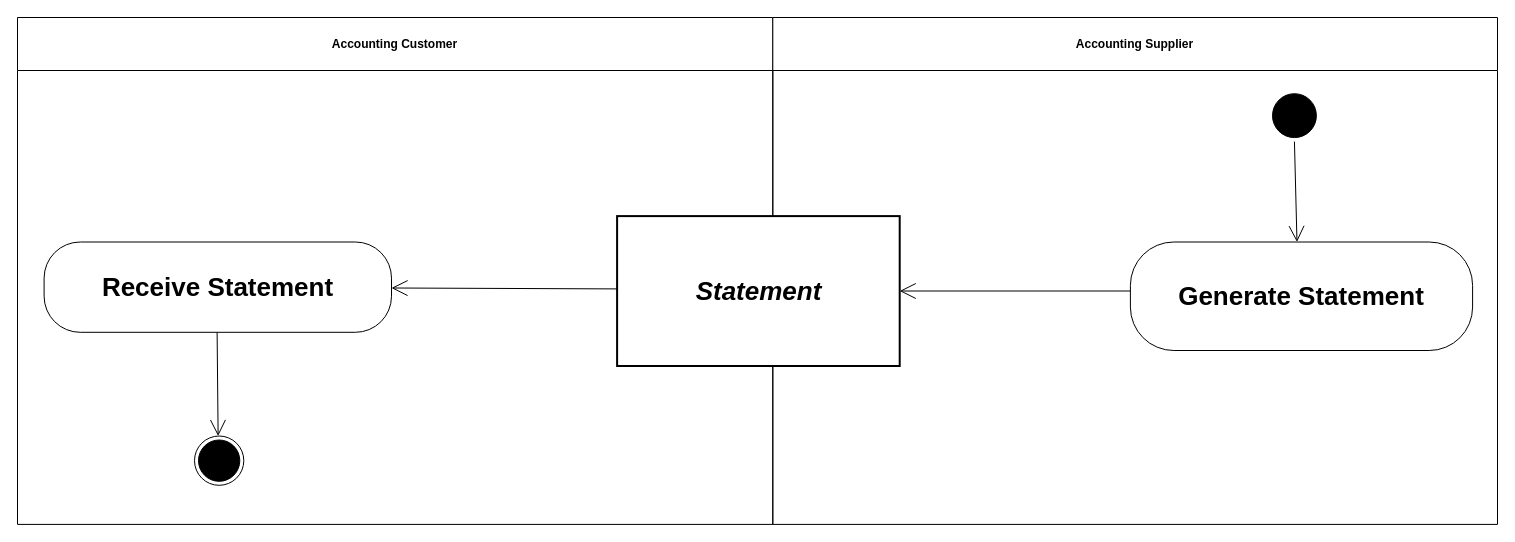
Before: diagrams/UBL-2.0-ReportStateofAccountsProcess/UBL-2.0-ReportStateofAccountsProcess.drawio in kduvekot/ubl-work-on-svg-images, a draw.io diagram. Source tidied: cells renumbered, new cells numbered last; positions are measured from the earlier drawing's top-left corner, leaving out a move shared by most shapes. Both pictures are drawn from the tidied source at 100%, with x=0, y=0 at pixel (17, 17).
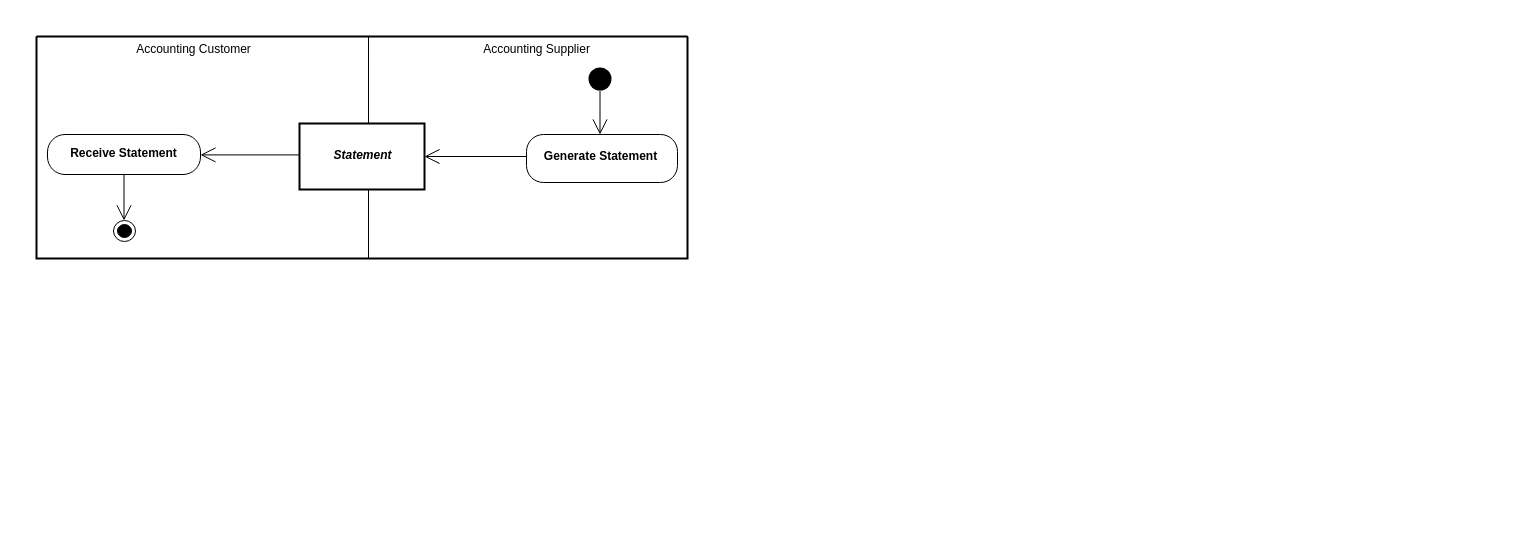
After the change.

Change to the diagram source:
```diff
@@
 <mxGraphModel>
   <root>
     <mxCell id="0" />
     <mxCell id="1" parent="0" />
+    <mxCell id="13" style="swimlane;html=1;startSize=0;whiteSpace=wrap;fillColor=none;strokeWidth=2;" parent="1" vertex="1">
+      <mxGeometry x="19" y="19" width="651" height="222" as="geometry" />
+    </mxCell>
-    <mxCell id="2" value="Accounting Customer" style="swimlane;whiteSpace=wrap;html=1;startSize=53;" parent="1" vertex="1">
-      <mxGeometry width="755.3" height="506.9" as="geometry" />
+    <mxCell id="2" value="Accounting Customer" style="swimlane;horizontal=1;startSize=25;swimlaneLine=0;html=1;fillColor=none;fontSize=12;fontStyle=0;spacing=0;spacingRight=18;" parent="13" vertex="1">
+      <mxGeometry width="332" height="222" as="geometry" />
     </mxCell>
-    <mxCell id="3" value="Accounting Supplier" style="swimlane;whiteSpace=wrap;html=1;startSize=53;" parent="1" vertex="1">
-      <mxGeometry x="755.3" width="724.7" height="506.9" as="geometry" />
+    <mxCell id="3" value="Accounting Supplier" style="swimlane;horizontal=1;startSize=25;swimlaneLine=0;html=1;fillColor=none;fontSize=12;fontStyle=0;spacing=0;spacingLeft=17;" parent="13" vertex="1">
+      <mxGeometry x="332" width="319" height="222" as="geometry" />
     </mxCell>
-    <mxCell id="4" style="ellipse;html=1;shape=startState;fillColor=#000000;strokeColor=#000000;fontFamily=Helvetica;fontSize=26;" parent="1" vertex="1">
-      <mxGeometry x="1251" y="72.2" width="51.9" height="51.9" as="geometry" />
+    <mxCell id="4" style="ellipse;shape=startState;fillColor=#000000;strokeColor=none;html=1;" parent="3" vertex="1">
+      <mxGeometry x="216" y="27" width="31" height="31" as="geometry" />
     </mxCell>
-    <mxCell id="5" value="Statement" style="rounded=0;whiteSpace=wrap;html=1;fontStyle=3;strokeWidth=2;fontFamily=Helvetica;fontSize=26;" parent="1" vertex="1">
-      <mxGeometry x="599.6" y="198.6" width="282.6" height="149.9" as="geometry" />
+    <mxCell id="5" value="Statement" style="rounded=0;html=1;whiteSpace=nowrap;fontSize=12;fontStyle=3;align=center;verticalAlign=middle;spacing=0;spacingBottom=3;strokeWidth=2;" parent="3" vertex="1">
+      <mxGeometry x="-69" y="87" width="125" height="66" as="geometry" />
     </mxCell>
-    <mxCell id="6" value="Receive Statement" style="rounded=1;arcSize=40;whiteSpace=wrap;html=1;fontStyle=1;fontFamily=Helvetica;fontSize=26;" parent="1" vertex="1">
-      <mxGeometry x="26.6" y="224.5" width="347.4" height="90.3" as="geometry" />
+    <mxCell id="6" value="Receive Statement" style="rounded=1;absoluteArcSize=1;arcSize=35;html=1;whiteSpace=nowrap;fontSize=12;fontStyle=1;align=center;verticalAlign=middle;spacing=0;spacingRight=1;spacingBottom=2;" parent="2" vertex="1">
+      <mxGeometry x="11" y="98" width="153" height="40" as="geometry" />
     </mxCell>
-    <mxCell id="7" value="Generate Statement" style="rounded=1;arcSize=40;whiteSpace=wrap;html=1;fontStyle=1;fontFamily=Helvetica;fontSize=26;" parent="1" vertex="1">
-      <mxGeometry x="1112.9" y="224.5" width="342.2" height="108.5" as="geometry" />
+    <mxCell id="7" value="Generate Statement" style="rounded=1;absoluteArcSize=1;arcSize=34;html=1;whiteSpace=nowrap;fontSize=12;fontStyle=1;align=center;verticalAlign=middle;spacing=0;spacingRight=3;spacingBottom=5;" parent="3" vertex="1">
+      <mxGeometry x="158" y="98" width="151" height="48" as="geometry" />
     </mxCell>
-    <mxCell id="8" style="ellipse;html=1;shape=endState;fillColor=#000000;strokeColor=#000000;fontFamily=Helvetica;fontSize=26;" parent="1" vertex="1">
-      <mxGeometry x="177" y="418.5" width="49.3" height="49.3" as="geometry" />
+    <mxCell id="8" style="ellipse;shape=endState;fillColor=#000000;html=1;" parent="2" vertex="1">
+      <mxGeometry x="77" y="184" width="22" height="21" as="geometry" />
     </mxCell>
-    <mxCell id="9" style="edgeStyle=none;rounded=0;html=1;endArrow=open;endFill=0;endSize=14;exitX=0.5164;exitY=1.0;entryX=0.4868;entryY=0.0;" parent="1" edge="1" source="4" target="7">
+    <mxCell id="9" style="edgeStyle=none;rounded=0;html=1;endArrow=open;endFill=0;endSize=13;exitPerimeter=0;entryX=0.4868;entryY=0;entryPerimeter=0;exitX=0.500219;exitY=0.8706;" parent="3" edge="1" source="4" target="7">
       <mxGeometry relative="1" as="geometry" />
     </mxCell>
-    <mxCell id="10" style="edgeStyle=none;rounded=0;html=1;endArrow=open;endFill=0;endSize=14;exitX=0.0;exitY=0.4857;entryX=1.0;entryY=0.5094;" parent="1" edge="1" source="5" target="6">
+    <mxCell id="10" style="edgeStyle=none;rounded=0;html=1;endArrow=open;endFill=0;endSize=13;exitPerimeter=0;entryX=1;entryY=0.5101;entryPerimeter=0;exitX=0;exitY=0.475818;" parent="13" edge="1" source="5" target="6">
       <mxGeometry relative="1" as="geometry" />
     </mxCell>
-    <mxCell id="11" style="edgeStyle=none;rounded=0;html=1;endArrow=open;endFill=0;endSize=14;exitX=0.0;exitY=0.4516;entryX=1.0;entryY=0.4997;" parent="1" edge="1" source="7" target="5">
+    <mxCell id="11" style="edgeStyle=none;rounded=0;html=1;endArrow=open;endFill=0;endSize=13;exitPerimeter=0;entryX=1;entryY=0.5;entryPerimeter=0;exitX=0;exitY=0.458333;" parent="3" edge="1" source="7" target="5">
       <mxGeometry relative="1" as="geometry" />
     </mxCell>
-    <mxCell id="12" style="edgeStyle=none;rounded=0;html=1;endArrow=open;endFill=0;endSize=14;exitX=0.498;exitY=1.0;entryX=0.4767;entryY=0.0;" parent="1" edge="1" source="6" target="8">
+    <mxCell id="12" style="edgeStyle=none;rounded=0;html=1;endArrow=open;endFill=0;endSize=13;exitX=0.5;exitY=1;exitPerimeter=0;entryPerimeter=0;entryX=0.477273;entryY=0;" parent="2" edge="1" source="6" target="8">
       <mxGeometry relative="1" as="geometry" />
     </mxCell>
   </root>
 </mxGraphModel>
```
